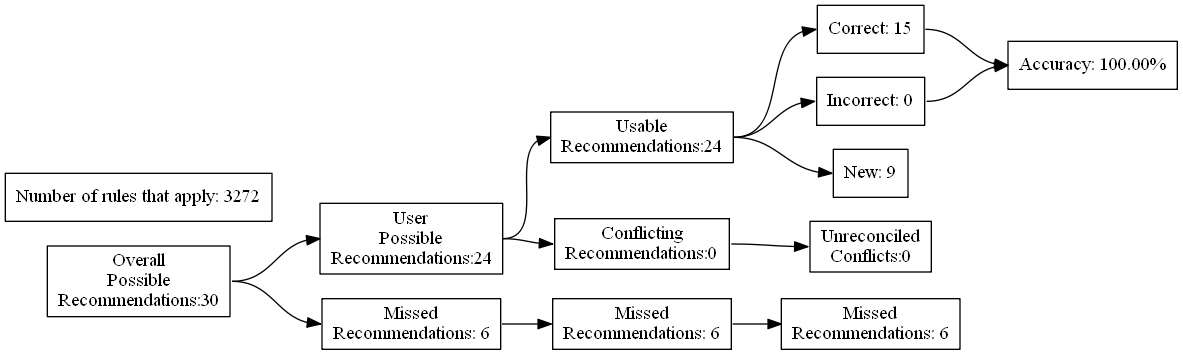
This is test_renders/32.gv.png from ZaxR/ibd_diet_analysis, a Graphviz export, as it was before one commit. Its source is kept beside it as test_renders/32.gv.
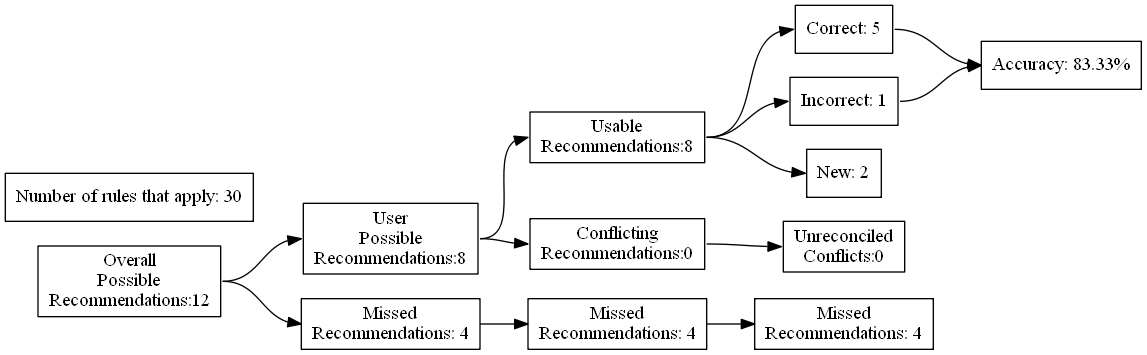
Later version of the same file.

What changed in the source:
```diff
@@ -4,27 +4,27 @@
 	edge [headport=w tailport=e]
 		A [label="Overall
 Possible
-Recommendations:30"]
+Recommendations:12"]
 		B [label="User
 Possible
-Recommendations:24"]
+Recommendations:8"]
 		C [label="Missed
-Recommendations: 6"]
+Recommendations: 4"]
 		D [label="Usable
-Recommendations:24"]
+Recommendations:8"]
 		E [label="Conflicting
 Recommendations:0"]
 		J [label="Missed
-Recommendations: 6"]
+Recommendations: 4"]
 		M [label="Unreconciled
 Conflicts:0"]
-		F [label="Correct: 15"]
-		G [label="Incorrect: 0"]
-		H [label="New: 9"]
+		F [label="Correct: 5"]
+		G [label="Incorrect: 1"]
+		H [label="New: 2"]
 		K [label="Missed
-Recommendations: 6"]
-		I [label="Accuracy: 100.00%"]
-		l [label="Number of rules that apply: 3272"]
+Recommendations: 4"]
+		I [label="Accuracy: 83.33%"]
+		l [label="Number of rules that apply: 30"]
 			A -> B
 			A -> C
 			B -> D
```
